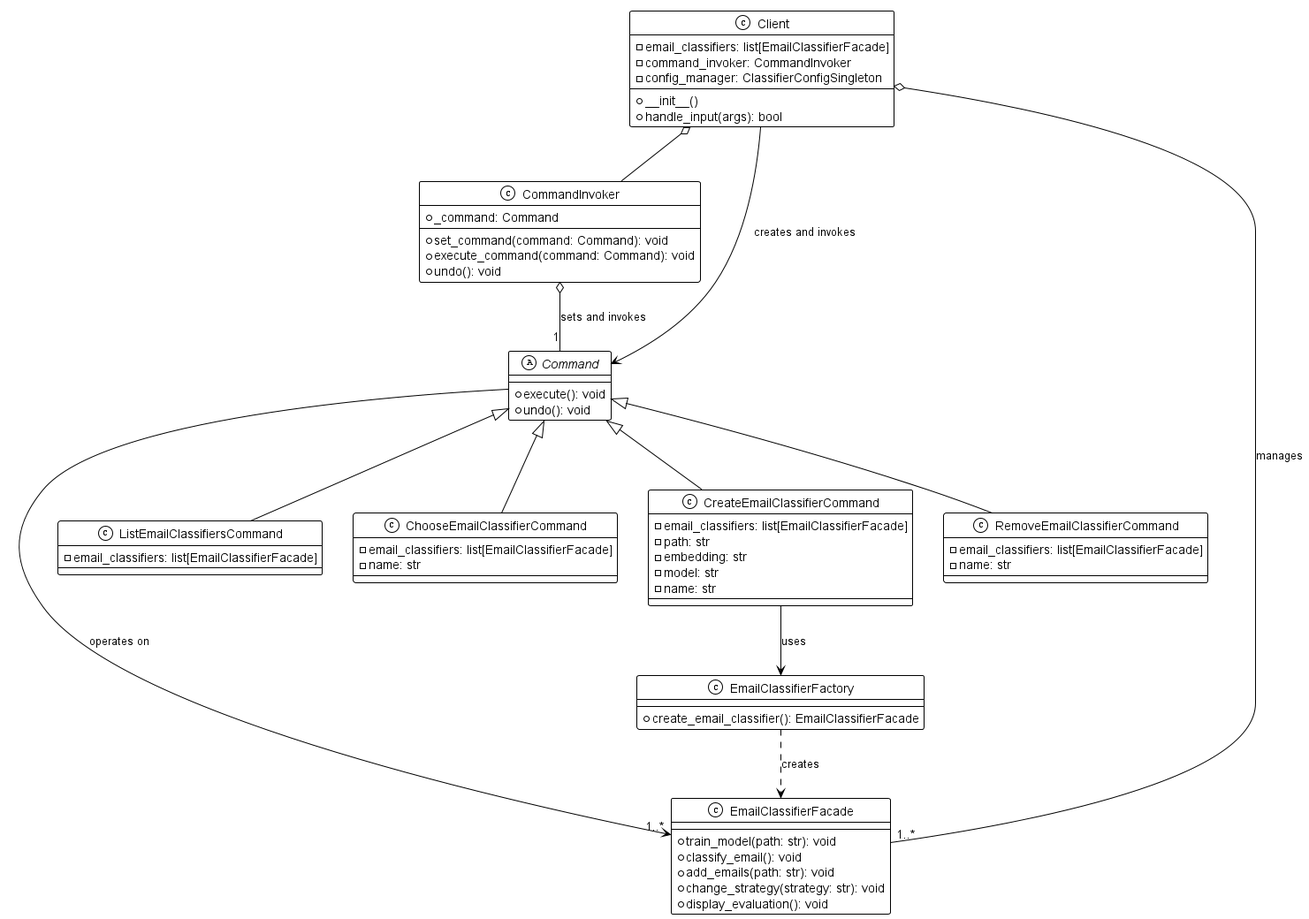
chrnas/email-classifier keeps this PlantUML diagram as out/uml/client_commands_diagram/client_commands_diagram.png. Above is the earlier version.
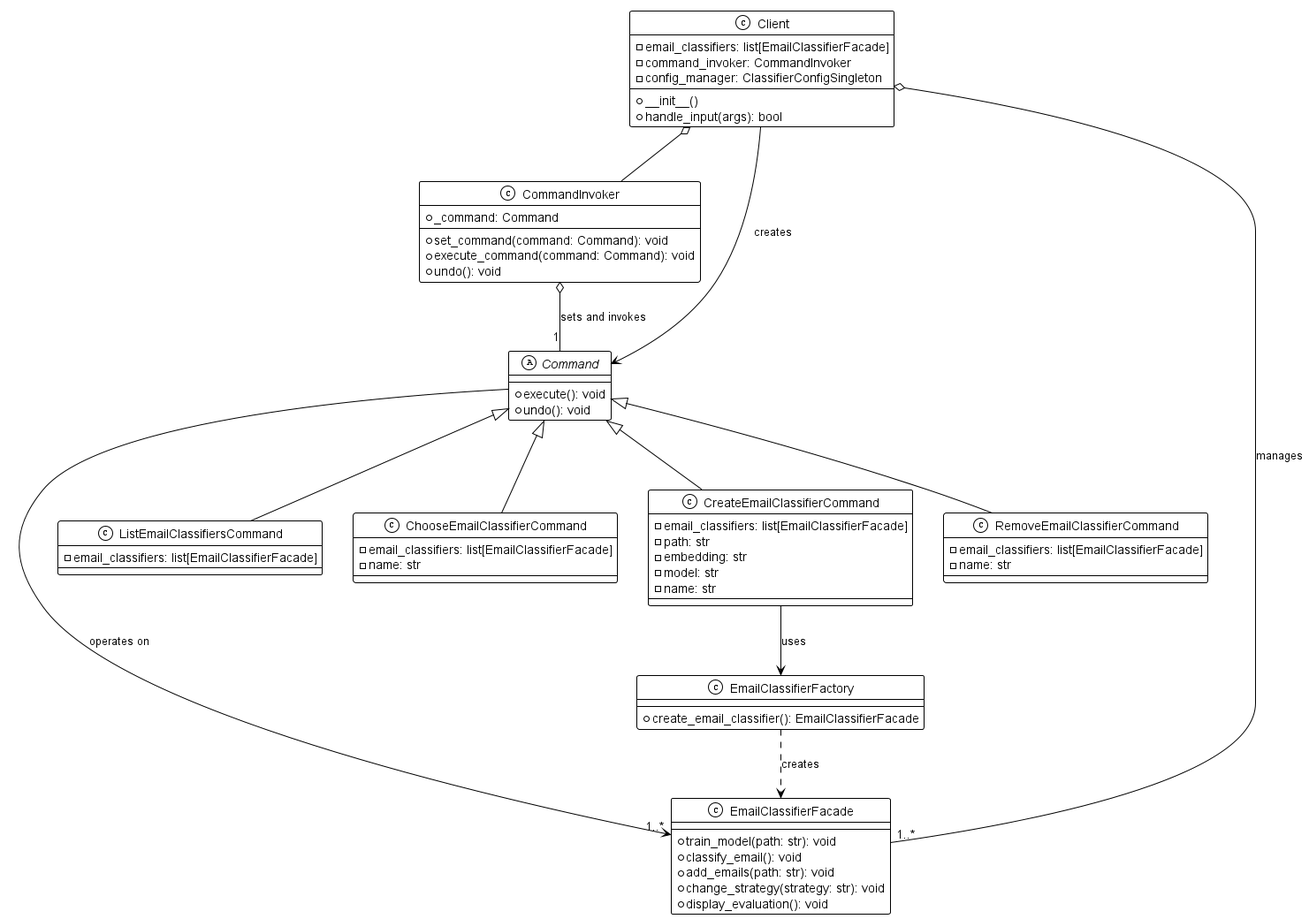
Above is the later version.

The edit, as a diff of the source:
```diff
@@ -64,7 +64,7 @@
 Command <|-- CreateEmailClassifierCommand
 Command <|-- RemoveEmailClassifierCommand
 
-Client --> Command: creates and invokes
+Client --> Command: creates
 Command --> "1..*" EmailClassifierFacade : operates on
 
 CreateEmailClassifierCommand --> EmailClassifierFactory : uses
```
